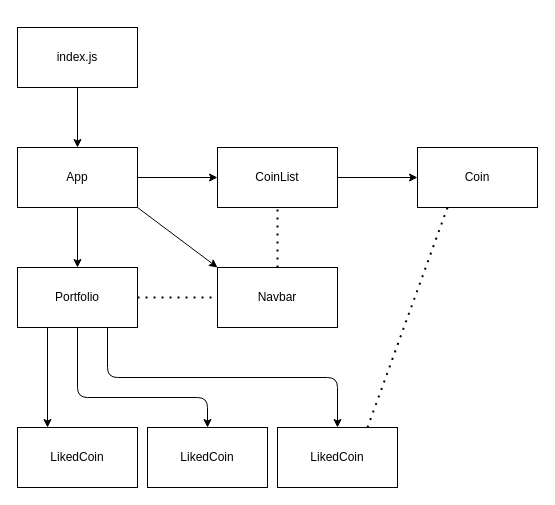
Earlier version of the draw.io diagram v6.drawio (matthewkohn/crypto-explorer). Source tidied: cells renumbered, new cells numbered last; positions are measured from the earlier drawing's top-left corner, leaving out a move shared by most shapes. Both pictures are drawn from the tidied source at 100%, with x=0, y=0 at pixel (17, 27).
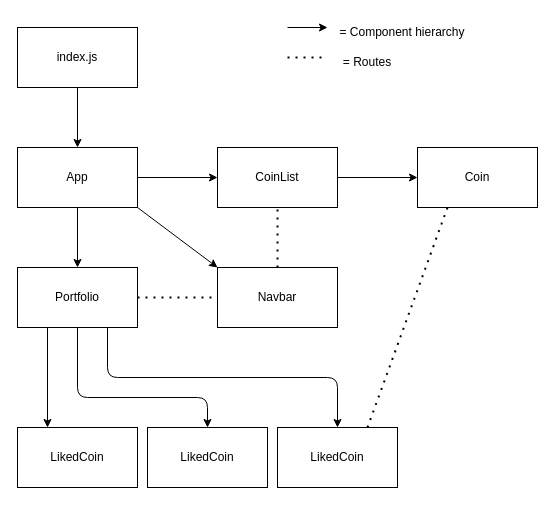
After the change.

Change to the diagram source:
```diff
@@
+    <mxCell id="22" style="endArrow=classic;html=1;" parent="1" edge="1">
+      <mxGeometry relative="1" as="geometry">
+        <mxPoint x="270" as="sourcePoint" />
+        <mxPoint x="310" as="targetPoint" />
+      </mxGeometry>
+    </mxCell>
+    <mxCell id="23" value="= Component hierarchy" style="text;html=1;strokeColor=none;fillColor=none;align=center;verticalAlign=middle;whiteSpace=wrap;rounded=0;" parent="1" vertex="1">
+      <mxGeometry x="300" y="-10" width="170" height="30" as="geometry" />
+    </mxCell>
+    <mxCell id="24" style="endArrow=none;dashed=1;html=1;dashPattern=1 3;strokeWidth=2;" parent="1" edge="1">
+      <mxGeometry relative="1" as="geometry">
+        <mxPoint x="270" y="30" as="sourcePoint" />
+        <mxPoint x="310" y="30" as="targetPoint" />
+      </mxGeometry>
+    </mxCell>
+    <mxCell id="25" value="= Routes" style="text;html=1;strokeColor=none;fillColor=none;align=center;verticalAlign=middle;whiteSpace=wrap;rounded=0;" parent="1" vertex="1">
+      <mxGeometry x="320" y="20" width="60" height="30" as="geometry" />
+    </mxCell>
```
